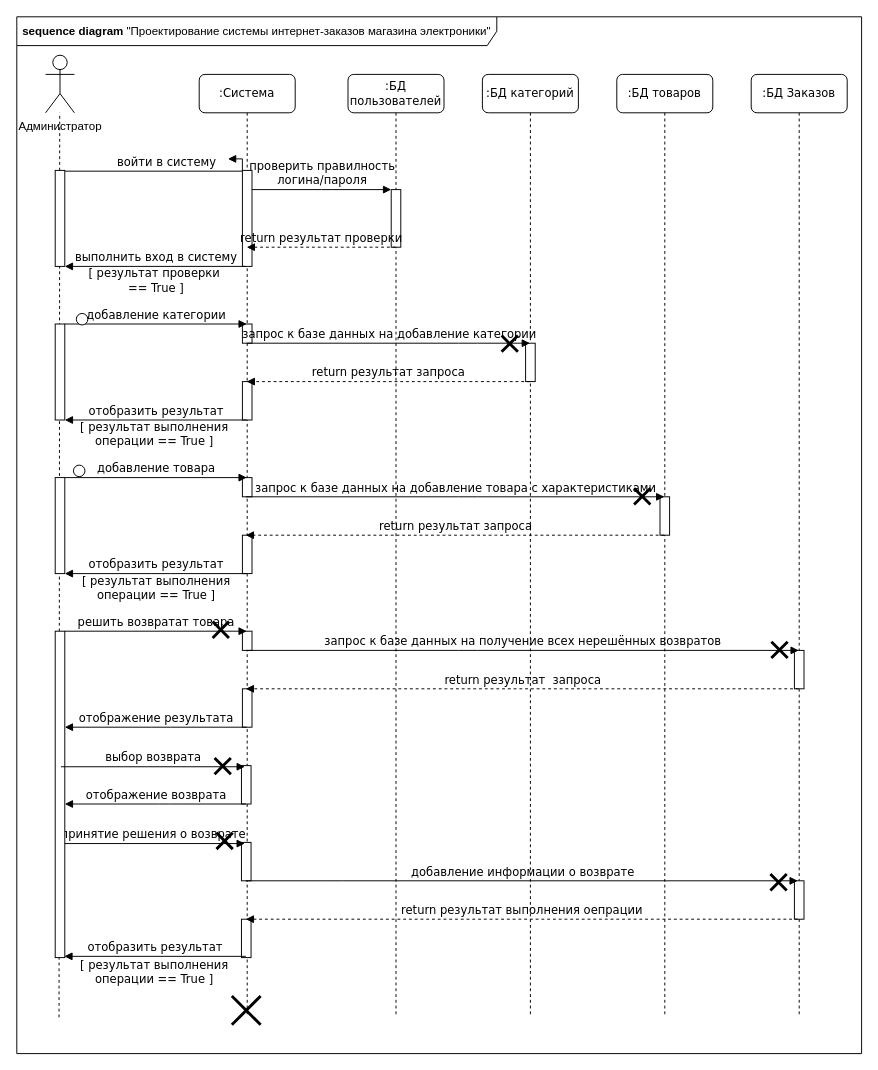
randomunrandom/MSS keeps this draw.io diagram as sequence_2.drawio. Above is the earlier version. Source tidied: cells renumbered, new cells numbered last; positions are measured from the earlier drawing's top-left corner, leaving out a move shared by most shapes. Both pictures are drawn from the tidied source at 96%, with x=0, y=0 at pixel (16, 16).
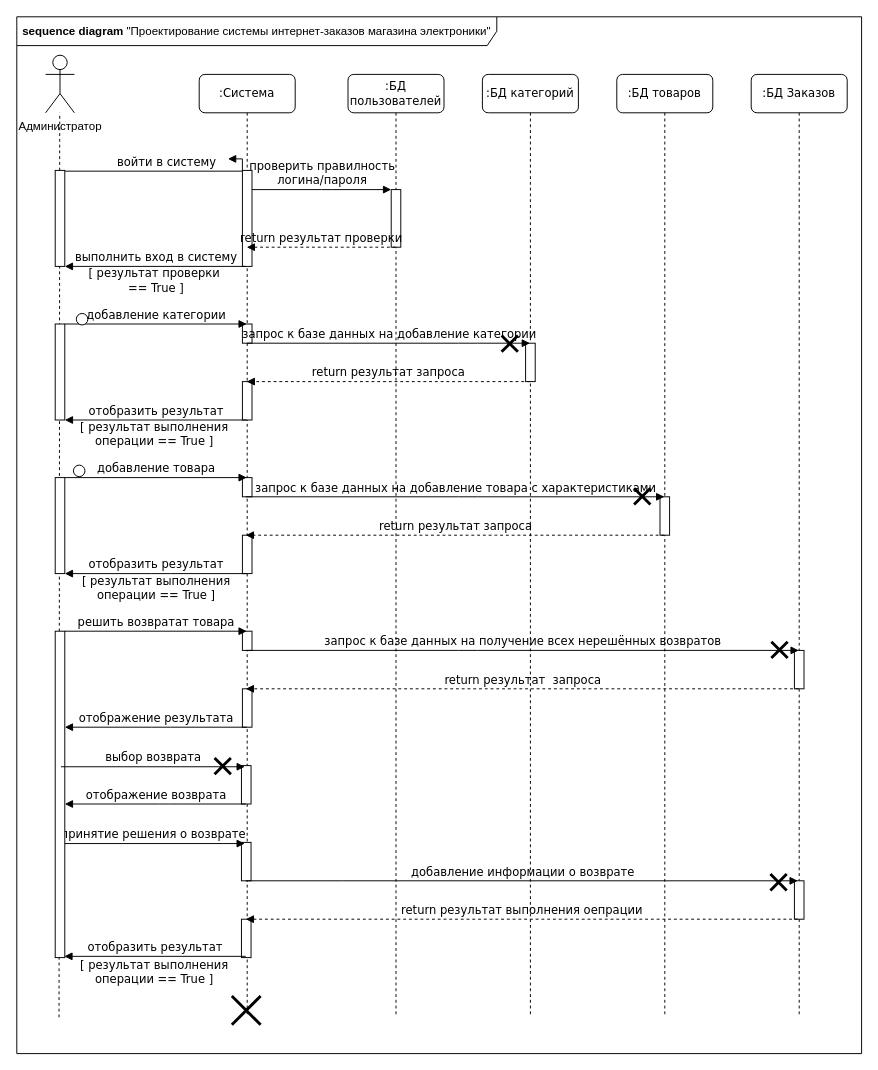
The same diagram, later.

The edit, as a diff of the source:
```diff
@@
-    <mxCell id="62" style="shape=umlDestroy;whiteSpace=wrap;html=1;strokeWidth=3;" parent="1" vertex="1">
-      <mxGeometry x="204" y="630" width="17" height="17" as="geometry" />
-    </mxCell>
@@
-    <mxCell id="64" style="shape=umlDestroy;whiteSpace=wrap;html=1;strokeWidth=3;" parent="1" vertex="1">
-      <mxGeometry x="208" y="850" width="17" height="17" as="geometry" />
-    </mxCell>
```
